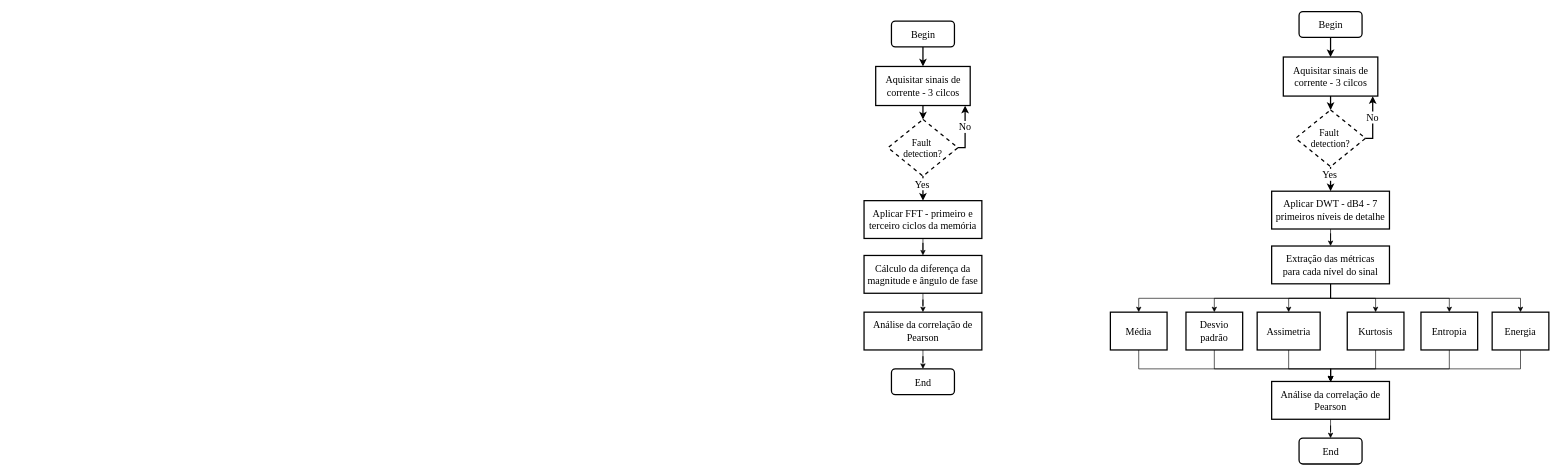
Above: rotina_localizacao.drawio in CaioVCGrilo/fluxogramas (draw.io), before the change. Source tidied: cells renumbered, new cells numbered last; positions are measured from the earlier drawing's top-left corner, leaving out a move shared by most shapes. Both pictures are drawn from the tidied source at 63%, with x=0, y=0 at pixel (864, 11).
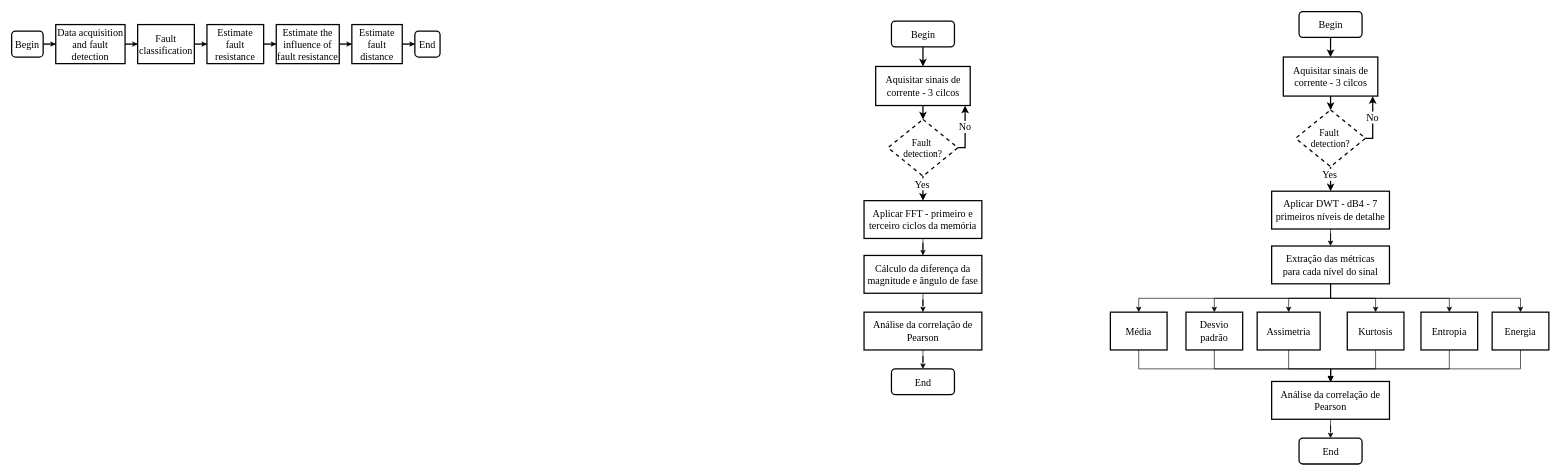
After the change.

What changed in the source:
```diff
@@
+    <mxCell id="51" style="edgeStyle=orthogonalEdgeStyle;rounded=0;jettySize=auto;html=1;" parent="1" edge="1" source="52" target="54">
+      <mxGeometry relative="1" as="geometry" />
+    </mxCell>
+    <mxCell id="52" value="&lt;pre&gt;&lt;font style=&quot;font-weight: normal; font-size: 16px;&quot; face=&quot;Times New Roman&quot;&gt;Begin&lt;/font&gt;&lt;/pre&gt;" style="rounded=1;whiteSpace=wrap;html=1;strokeWidth=2;" parent="1" vertex="1">
+      <mxGeometry x="-1353" y="31" width="50" height="41" as="geometry" />
+    </mxCell>
+    <mxCell id="53" style="edgeStyle=orthogonalEdgeStyle;rounded=0;jettySize=auto;html=1;" parent="1" edge="1" source="54" target="56">
+      <mxGeometry relative="1" as="geometry" />
+    </mxCell>
+    <mxCell id="54" value="&lt;font style=&quot;font-size: 16px;&quot; face=&quot;Times New Roman&quot;&gt;Data acquisition and fault detection&lt;/font&gt;" style="rounded=0;whiteSpace=wrap;html=1;strokeWidth=2;" parent="1" vertex="1">
+      <mxGeometry x="-1283" y="20.5" width="110" height="62" as="geometry" />
+    </mxCell>
+    <mxCell id="55" style="edgeStyle=orthogonalEdgeStyle;rounded=0;jettySize=auto;html=1;" parent="1" edge="1" source="56" target="58">
+      <mxGeometry relative="1" as="geometry" />
+    </mxCell>
+    <mxCell id="56" value="&lt;font style=&quot;font-size: 16px;&quot; face=&quot;Times New Roman&quot;&gt;Fault classification&lt;/font&gt;" style="rounded=0;whiteSpace=wrap;html=1;strokeWidth=2;" parent="1" vertex="1">
+      <mxGeometry x="-1153" y="20.5" width="90" height="62" as="geometry" />
+    </mxCell>
+    <mxCell id="57" style="edgeStyle=orthogonalEdgeStyle;rounded=0;jettySize=auto;html=1;" parent="1" edge="1" source="58" target="60">
+      <mxGeometry relative="1" as="geometry" />
+    </mxCell>
+    <mxCell id="58" value="&lt;font style=&quot;font-size: 16px;&quot; face=&quot;Times New Roman&quot;&gt;Estimate fault resistance&lt;/font&gt;" style="rounded=0;whiteSpace=wrap;html=1;strokeWidth=2;" parent="1" vertex="1">
+      <mxGeometry x="-1043" y="20.5" width="90" height="62" as="geometry" />
+    </mxCell>
+    <mxCell id="59" style="edgeStyle=orthogonalEdgeStyle;rounded=0;jettySize=auto;html=1;" parent="1" edge="1" source="60" target="62">
+      <mxGeometry relative="1" as="geometry" />
+    </mxCell>
+    <mxCell id="60" value="&lt;font face=&quot;Times New Roman&quot;&gt;&lt;span style=&quot;font-size: 16px;&quot;&gt;Estimate the influence of fault resistance&lt;/span&gt;&lt;/font&gt;" style="rounded=0;whiteSpace=wrap;html=1;strokeWidth=2;" parent="1" vertex="1">
+      <mxGeometry x="-933" y="20.5" width="100" height="62" as="geometry" />
+    </mxCell>
+    <mxCell id="61" style="edgeStyle=orthogonalEdgeStyle;rounded=0;jettySize=auto;html=1;" parent="1" edge="1" source="62" target="63">
+      <mxGeometry relative="1" as="geometry" />
+    </mxCell>
+    <mxCell id="62" value="&lt;font face=&quot;Times New Roman&quot;&gt;&lt;span style=&quot;font-size: 16px;&quot;&gt;Estimate fault distance&lt;/span&gt;&lt;/font&gt;" style="rounded=0;whiteSpace=wrap;html=1;strokeWidth=2;" parent="1" vertex="1">
+      <mxGeometry x="-813" y="20.5" width="80" height="62" as="geometry" />
+    </mxCell>
+    <mxCell id="63" value="&lt;pre&gt;&lt;font style=&quot;font-weight: normal; font-size: 16px;&quot; face=&quot;Times New Roman&quot;&gt;End&lt;/font&gt;&lt;/pre&gt;" style="rounded=1;whiteSpace=wrap;html=1;strokeWidth=2;" parent="1" vertex="1">
+      <mxGeometry x="-713" y="31" width="40" height="41" as="geometry" />
+    </mxCell>
```
